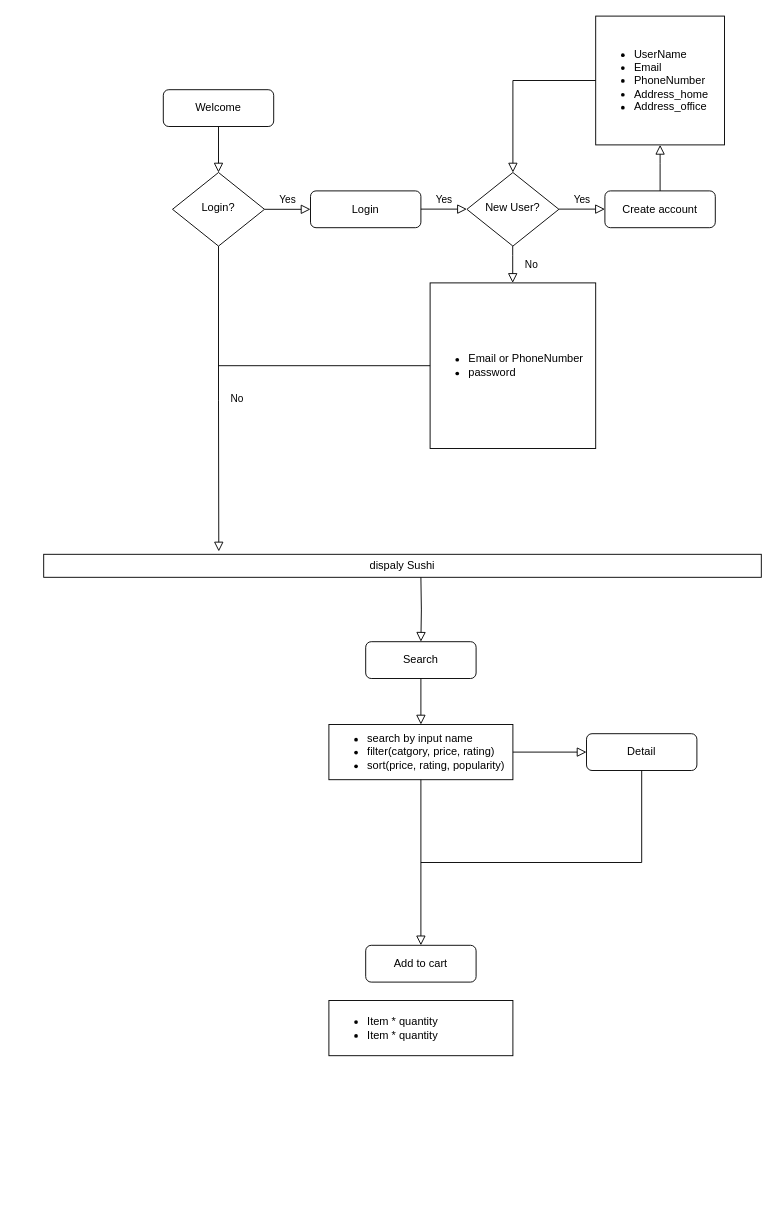
This is Userflow/sushi_user_flow.drawio from xiaoqianniu/map07-group03-test, a draw.io file, before an edit. Source tidied: cells renumbered, new cells numbered last; positions are measured from the earlier drawing's top-left corner, leaving out a move shared by most shapes. Both pictures are drawn from the tidied source at 92%, with x=0, y=0 at pixel (43, 16).
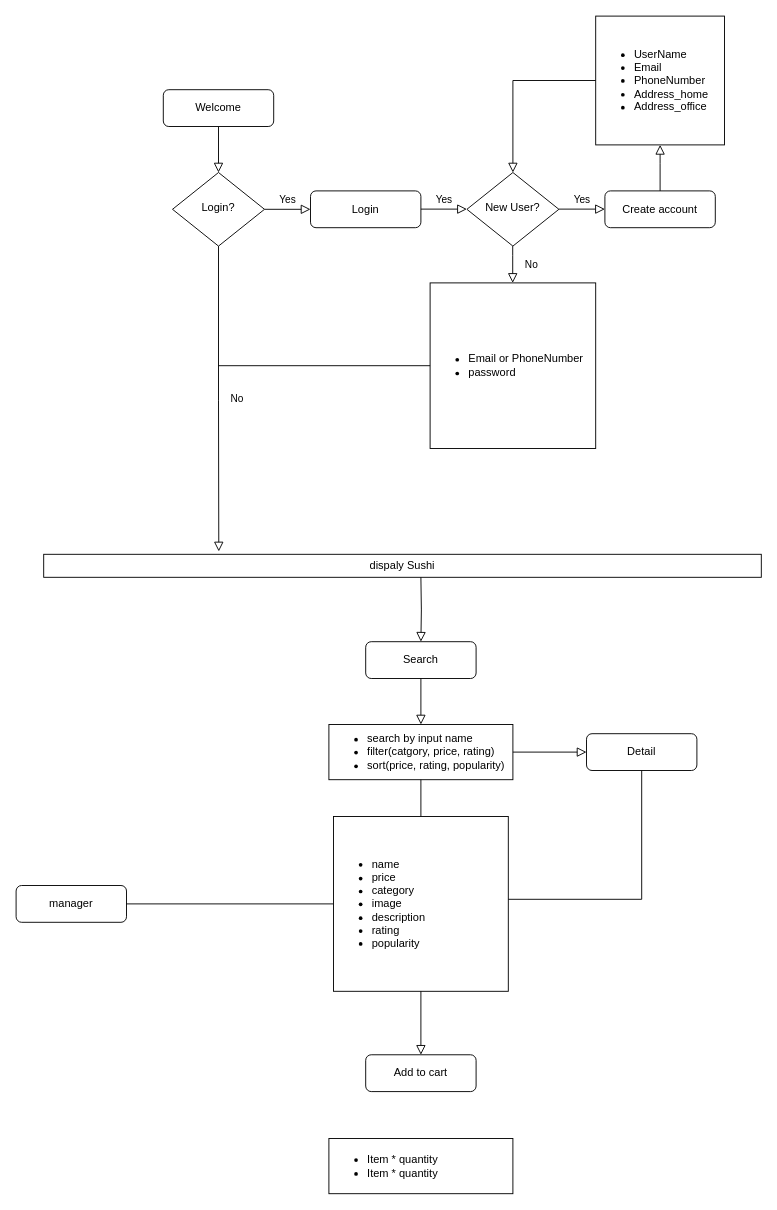
Above is the later version.

Commit message (it also covers changes not shown here):
add sushi manager

The change refers to these unchanged cells:
```xml
<mxCell id="20" value="&lt;ul&gt;&lt;li&gt;search by input name&lt;/li&gt;&lt;li&gt;filter(catgory, price, rating)&lt;/li&gt;&lt;li&gt;sort(price, rating, popularity)&lt;/li&gt;&lt;/ul&gt;" style="rounded=0;whiteSpace=wrap;html=1;align=left;" parent="1" vertex="1">
  <mxGeometry x="310" y="770" width="200" height="60" as="geometry" />
</mxCell>
<mxCell id="27" value="Detail" style="rounded=1;whiteSpace=wrap;html=1;fontSize=12;glass=0;strokeWidth=1;shadow=0;" parent="1" vertex="1">
  <mxGeometry x="590" y="780" width="120" height="40" as="geometry" />
</mxCell>
```

The edit, as a diff of the source:
```diff
@@
     <mxCell id="24" value="Add to cart" style="rounded=1;whiteSpace=wrap;html=1;fontSize=12;glass=0;strokeWidth=1;shadow=0;" parent="1" vertex="1">
-      <mxGeometry x="350" y="1010" width="120" height="40" as="geometry" />
+      <mxGeometry x="350" y="1129" width="120" height="40" as="geometry" />
     </mxCell>
-    <mxCell id="25" style="rounded=0;html=1;jettySize=auto;fontSize=11;endArrow=block;endFill=0;endSize=8;strokeWidth=1;shadow=0;labelBackgroundColor=none;edgeStyle=orthogonalEdgeStyle;entryX=0.5;entryY=0;entryDx=0;entryDy=0;exitX=0.5;exitY=1;exitDx=0;exitDy=0;" parent="1" edge="1" source="20" target="24">
-      <mxGeometry x="0.08" y="70" relative="1" as="geometry" />
+    <mxCell id="25" style="rounded=0;html=1;jettySize=auto;fontSize=11;endArrow=block;endFill=0;endSize=8;strokeWidth=1;shadow=0;labelBackgroundColor=none;edgeStyle=orthogonalEdgeStyle;startArrow=none;entryX=0.5;entryY=0;entryDx=0;entryDy=0;exitX=0.5;exitY=1;exitDx=0;exitDy=0;" parent="1" edge="1" source="33" target="24">
+      <mxGeometry x="0.08" y="70" relative="1" as="geometry">
+        <Array as="points">
+          <mxPoint x="410" y="981" />
+        </Array>
+      </mxGeometry>
     </mxCell>
     <mxCell id="26" value="&lt;ul&gt;&lt;li&gt;Item * quantity&lt;/li&gt;&lt;li&gt;Item * quantity&lt;/li&gt;&lt;/ul&gt;" style="rounded=0;whiteSpace=wrap;html=1;align=left;" parent="1" vertex="1">
-      <mxGeometry x="310" y="1070" width="200" height="60" as="geometry" />
+      <mxGeometry x="310" y="1220" width="200" height="60" as="geometry" />
     </mxCell>
@@
     <mxCell id="28" style="endArrow=none;html=1;rounded=0;entryX=0.5;entryY=1;entryDx=0;entryDy=0;" parent="1" edge="1" target="27">
       <mxGeometry relative="1" as="geometry">
-        <mxPoint x="410" y="920" as="sourcePoint" />
+        <mxPoint x="500" y="960" as="sourcePoint" />
         <Array as="points">
-          <mxPoint x="650" y="920" />
+          <mxPoint x="650" y="960" />
         </Array>
       </mxGeometry>
     </mxCell>
@@
+    <mxCell id="30" style="rounded=0;html=1;jettySize=auto;fontSize=11;endArrow=none;endFill=0;endSize=8;strokeWidth=1;shadow=0;labelBackgroundColor=none;edgeStyle=orthogonalEdgeStyle;entryX=0.5;entryY=0;entryDx=0;entryDy=0;exitX=0.5;exitY=1;exitDx=0;exitDy=0;" parent="1" edge="1" source="20" target="33">
+      <mxGeometry x="0.08" y="70" relative="1" as="geometry" />
+    </mxCell>
+    <mxCell id="31" value="manager" style="rounded=1;whiteSpace=wrap;html=1;fontSize=12;glass=0;strokeWidth=1;shadow=0;" parent="1" vertex="1">
+      <mxGeometry x="-30" y="945" width="120" height="40" as="geometry" />
+    </mxCell>
+    <mxCell id="32" style="edgeStyle=orthogonalEdgeStyle;rounded=0;jettySize=auto;html=1;exitX=1;exitY=0.5;exitDx=0;exitDy=0;endArrow=none;" parent="1" edge="1" source="31" target="33">
+      <mxGeometry relative="1" as="geometry" />
+    </mxCell>
+    <mxCell id="33" value="&lt;ul&gt;&lt;li&gt;name&lt;/li&gt;&lt;li&gt;price&lt;/li&gt;&lt;li&gt;category&lt;/li&gt;&lt;li&gt;image&lt;/li&gt;&lt;li&gt;description&lt;/li&gt;&lt;li&gt;rating&lt;/li&gt;&lt;li&gt;popularity&lt;/li&gt;&lt;/ul&gt;" style="whiteSpace=wrap;html=1;align=left;" parent="1" vertex="1">
+      <mxGeometry x="315" y="870" width="190" height="190" as="geometry" />
+    </mxCell>
```
